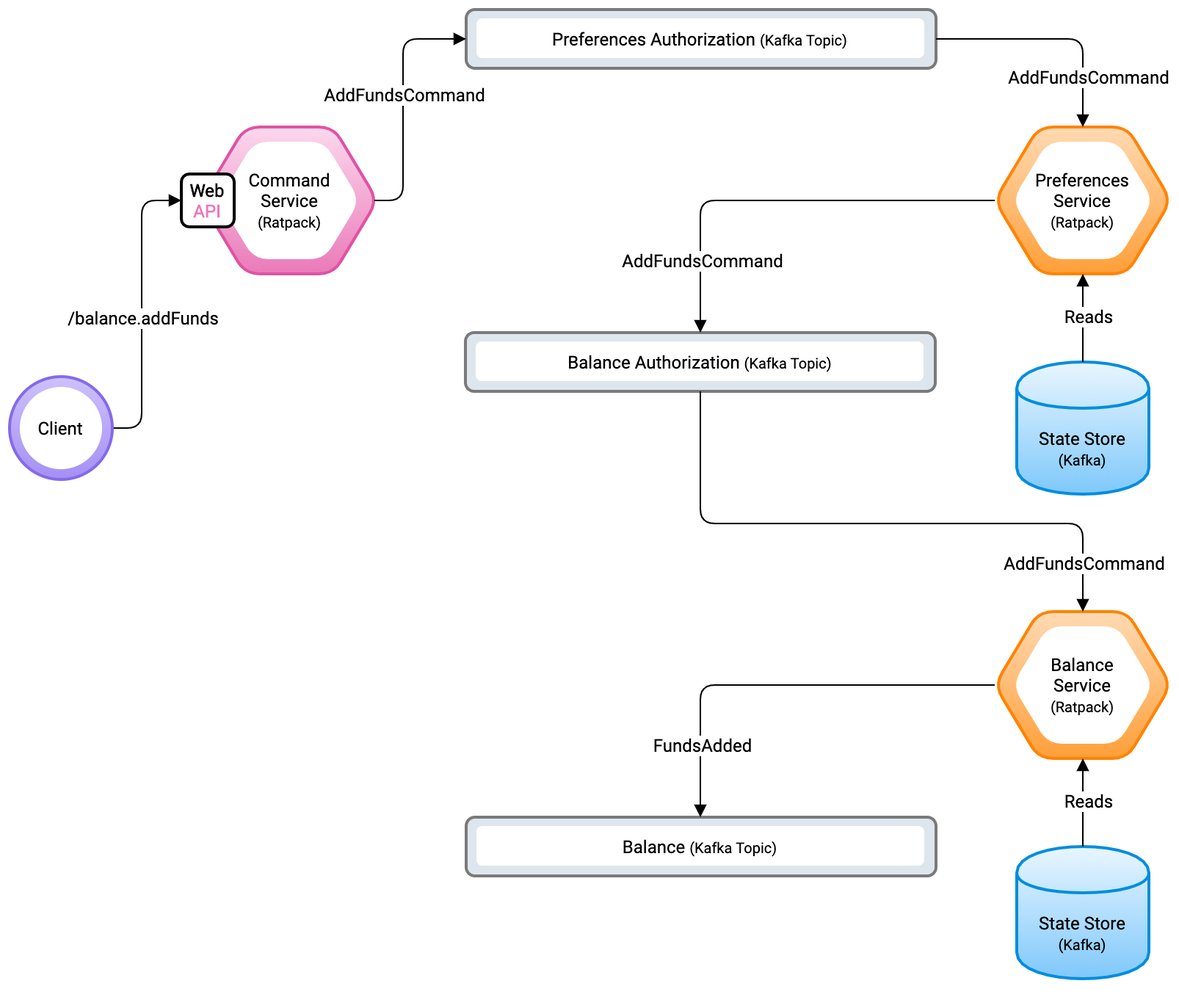
Before: diagrams/kafka-event-store-balance-service.png, a diagram exported from draw.io (pcasas/piggybox). Source tidied: cells renumbered, new cells last; positions are measured from the earlier drawing's top-left corner, leaving out a move shared by most shapes.
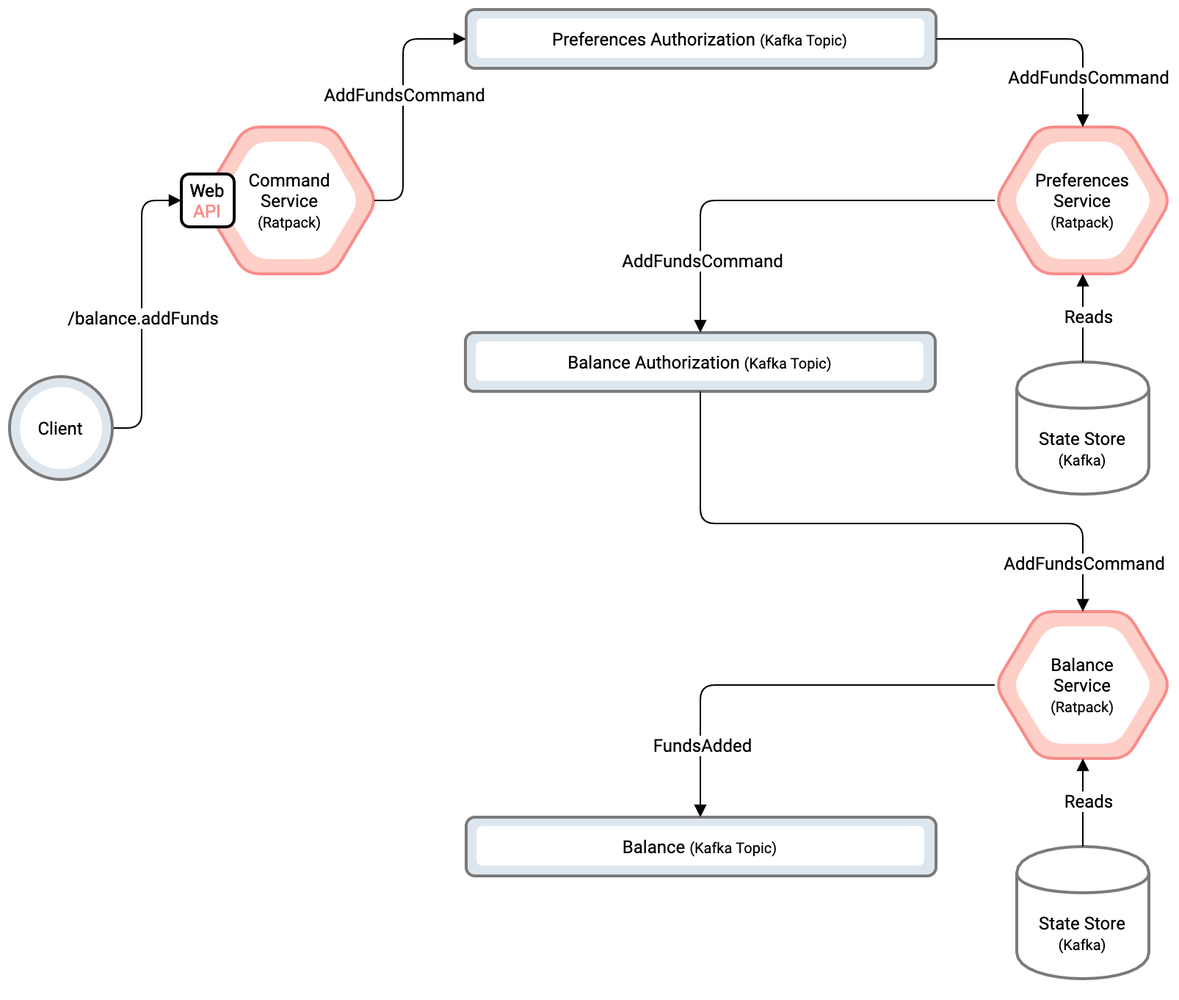
The same file after the commit.

Diff of the diagram source:
```diff
@@ -2,25 +2,25 @@
   <root>
     <mxCell id="0" />
     <mxCell id="1" parent="0" />
-    <mxCell id="2" style="shape=hexagon;perimeter=hexagonPerimeter2;whiteSpace=wrap;html=1;strokeWidth=2;fillColor=#FFDAB3;gradientColor=#FF9F39;rounded=1;comic=0;strokeColor=#ff8300;" parent="1" vertex="1">
+    <mxCell id="2" style="shape=hexagon;perimeter=hexagonPerimeter2;whiteSpace=wrap;html=1;strokeWidth=2;fillColor=#FDCFC7;gradientColor=none;rounded=1;comic=0;strokeColor=#F88C8A;" parent="1" vertex="1">
       <mxGeometry x="671" y="80" width="120" height="100" as="geometry" />
     </mxCell>
     <mxCell id="3" value="Preferences&lt;br&gt;Service&lt;br&gt;&lt;font style=&quot;font-size: 10px&quot;&gt;(Ratpack)&lt;/font&gt;" style="shape=hexagon;perimeter=hexagonPerimeter2;whiteSpace=wrap;html=1;strokeWidth=1;fillColor=#FFFFFF;gradientColor=#FFFFFF;dashed=1;fontFamily=Roboto;FType=g;rounded=1;comic=0;strokeColor=none;" parent="1" vertex="1">
       <mxGeometry x="683" y="90" width="96" height="80" as="geometry" />
     </mxCell>
-    <mxCell id="4" value="&lt;font face=&quot;Roboto&quot;&gt;State Store&lt;br&gt;&lt;font style=&quot;font-size: 10px&quot;&gt;(Kafka)&lt;/font&gt;&lt;/font&gt;" style="shape=cylinder;whiteSpace=wrap;html=1;boundedLbl=1;backgroundOutline=1;strokeWidth=2;fillColor=#E9F6FF;gradientColor=#7FC8FB;shadow=0;strokeColor=#008dde;" parent="1" vertex="1">
+    <mxCell id="4" value="&lt;font face=&quot;Roboto&quot;&gt;State Store&lt;br&gt;&lt;font style=&quot;font-size: 10px&quot;&gt;(Kafka)&lt;/font&gt;&lt;/font&gt;" style="shape=cylinder;whiteSpace=wrap;html=1;boundedLbl=1;backgroundOutline=1;strokeWidth=2;fillColor=#FFFFFF;gradientColor=none;shadow=0;strokeColor=#7A7A7A;" parent="1" vertex="1">
       <mxGeometry x="686" y="240" width="90" height="90" as="geometry" />
     </mxCell>
     <mxCell id="5" style="edgeStyle=orthogonalEdgeStyle;rounded=0;orthogonalLoop=1;jettySize=auto;html=1;exitX=0.5;exitY=1;exitDx=0;exitDy=0;startArrow=block;startFill=1;endArrow=block;endFill=1;" parent="1" edge="1" source="4" target="4">
       <mxGeometry relative="1" as="geometry" />
     </mxCell>
-    <mxCell id="6" style="shape=hexagon;perimeter=hexagonPerimeter2;whiteSpace=wrap;html=1;strokeWidth=2;fillColor=#FCD8ED;gradientColor=#EA7AB9;rounded=1;comic=0;strokeColor=#de53a3;" parent="1" vertex="1">
+    <mxCell id="6" style="shape=hexagon;perimeter=hexagonPerimeter2;whiteSpace=wrap;html=1;strokeWidth=2;fillColor=#FDCFC7;gradientColor=none;rounded=1;comic=0;strokeColor=#F88C8A;" parent="1" vertex="1">
       <mxGeometry x="130.5" y="80" width="120" height="100" as="geometry" />
     </mxCell>
     <mxCell id="7" value="Command&lt;br&gt;Service&lt;br&gt;&lt;font style=&quot;font-size: 10px&quot;&gt;(Ratpack)&lt;/font&gt;" style="shape=hexagon;perimeter=hexagonPerimeter2;whiteSpace=wrap;html=1;strokeWidth=1;fillColor=#FFFFFF;gradientColor=#FFFFFF;dashed=1;fontFamily=Roboto;FType=g;rounded=1;comic=0;strokeColor=none;" parent="1" vertex="1">
       <mxGeometry x="142.5" y="90" width="96" height="80" as="geometry" />
     </mxCell>
-    <mxCell id="8" value="&lt;font face=&quot;Roboto&quot;&gt;&lt;b&gt;Web&lt;/b&gt;&lt;br&gt;&lt;font color=&quot;#ea7ab9&quot;&gt;&lt;b&gt;API&lt;/b&gt;&lt;/font&gt;&lt;/font&gt;" style="rounded=1;whiteSpace=wrap;html=1;shadow=0;comic=0;strokeWidth=2;fillColor=#FFF;gradientColor=none;" parent="1" vertex="1">
+    <mxCell id="8" value="&lt;font face=&quot;Roboto&quot;&gt;&lt;b&gt;Web&lt;/b&gt;&lt;br&gt;&lt;b&gt;&lt;font color=&quot;#f88c8a&quot;&gt;API&lt;/font&gt;&lt;/b&gt;&lt;/font&gt;" style="rounded=1;whiteSpace=wrap;html=1;shadow=0;comic=0;strokeWidth=2;fillColor=#FFF;gradientColor=none;" parent="1" vertex="1">
       <mxGeometry x="117" y="112" width="36" height="36" as="geometry" />
     </mxCell>
     <mxCell id="9" style="endArrow=none;html=1;entryX=1;entryY=0.5;entryDx=0;entryDy=0;endFill=0;exitX=0;exitY=0.5;exitDx=0;exitDy=0;edgeStyle=orthogonalEdgeStyle;startArrow=block;startFill=1;" parent="1" edge="1" source="8" target="11">
@@ -36,7 +36,7 @@
         <mxPoint x="2" y="6" as="offset" />
       </mxGeometry>
     </mxCell>
-    <mxCell id="11" style="ellipse;whiteSpace=wrap;html=1;rounded=1;shadow=0;comic=0;strokeColor=#856aeb;strokeWidth=2;fillColor=#A590F3;gradientColor=#CDC1FB;gradientDirection=north;" parent="1" vertex="1">
+    <mxCell id="11" style="ellipse;whiteSpace=wrap;html=1;rounded=1;shadow=0;comic=0;strokeColor=#7A7A7A;strokeWidth=2;fillColor=#DEE6ED;gradientColor=none;gradientDirection=north;" parent="1" vertex="1">
       <mxGeometry y="250" width="70" height="70" as="geometry" />
     </mxCell>
     <mxCell id="12" value="&lt;font face=&quot;Roboto&quot;&gt;Client&lt;/font&gt;" style="ellipse;whiteSpace=wrap;html=1;rounded=1;shadow=0;comic=0;strokeColor=none;strokeWidth=1;fillColor=#FFF;gradientColor=none;" parent="1" vertex="1">
@@ -98,13 +98,13 @@
         <mxPoint x="-11" y="62" as="offset" />
       </mxGeometry>
     </mxCell>
-    <mxCell id="25" style="shape=hexagon;perimeter=hexagonPerimeter2;whiteSpace=wrap;html=1;strokeWidth=2;fillColor=#FFDAB3;gradientColor=#FF9F39;rounded=1;comic=0;strokeColor=#ff8300;" parent="1" vertex="1">
+    <mxCell id="25" style="shape=hexagon;perimeter=hexagonPerimeter2;whiteSpace=wrap;html=1;strokeWidth=2;fillColor=#FDCFC7;gradientColor=none;rounded=1;comic=0;strokeColor=#F88C8A;" parent="1" vertex="1">
       <mxGeometry x="671" y="410" width="120" height="100" as="geometry" />
     </mxCell>
     <mxCell id="26" value="Balance&lt;br&gt;Service&lt;br&gt;&lt;font style=&quot;font-size: 10px&quot;&gt;(Ratpack)&lt;/font&gt;" style="shape=hexagon;perimeter=hexagonPerimeter2;whiteSpace=wrap;html=1;strokeWidth=1;fillColor=#FFFFFF;gradientColor=#FFFFFF;dashed=1;fontFamily=Roboto;FType=g;rounded=1;comic=0;strokeColor=none;" parent="1" vertex="1">
       <mxGeometry x="683" y="420" width="96" height="80" as="geometry" />
     </mxCell>
-    <mxCell id="27" value="&lt;font face=&quot;Roboto&quot;&gt;State Store&lt;br&gt;&lt;font style=&quot;font-size: 10px&quot;&gt;(Kafka)&lt;/font&gt;&lt;/font&gt;" style="shape=cylinder;whiteSpace=wrap;html=1;boundedLbl=1;backgroundOutline=1;strokeWidth=2;fillColor=#E9F6FF;gradientColor=#7FC8FB;shadow=0;strokeColor=#008dde;" parent="1" vertex="1">
+    <mxCell id="27" value="&lt;font face=&quot;Roboto&quot;&gt;State Store&lt;br&gt;&lt;font style=&quot;font-size: 10px&quot;&gt;(Kafka)&lt;/font&gt;&lt;/font&gt;" style="shape=cylinder;whiteSpace=wrap;html=1;boundedLbl=1;backgroundOutline=1;strokeWidth=2;fillColor=#FFFFFF;gradientColor=none;shadow=0;strokeColor=#7A7A7A;" parent="1" vertex="1">
       <mxGeometry x="686" y="570" width="90" height="90" as="geometry" />
     </mxCell>
     <mxCell id="28" style="edgeStyle=orthogonalEdgeStyle;rounded=0;orthogonalLoop=1;jettySize=auto;html=1;exitX=0.5;exitY=1;exitDx=0;exitDy=0;startArrow=block;startFill=1;endArrow=block;endFill=1;" parent="1" edge="1" source="27" target="27">
```
